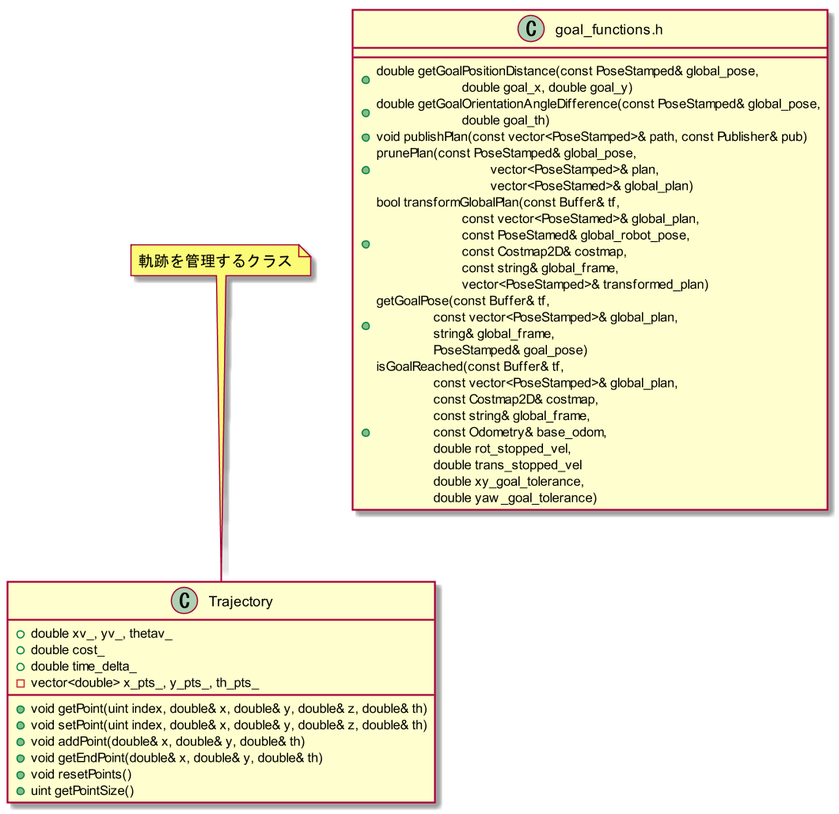
Earlier version of the PlantUML export design/class.png (akagi132/ros_planner).
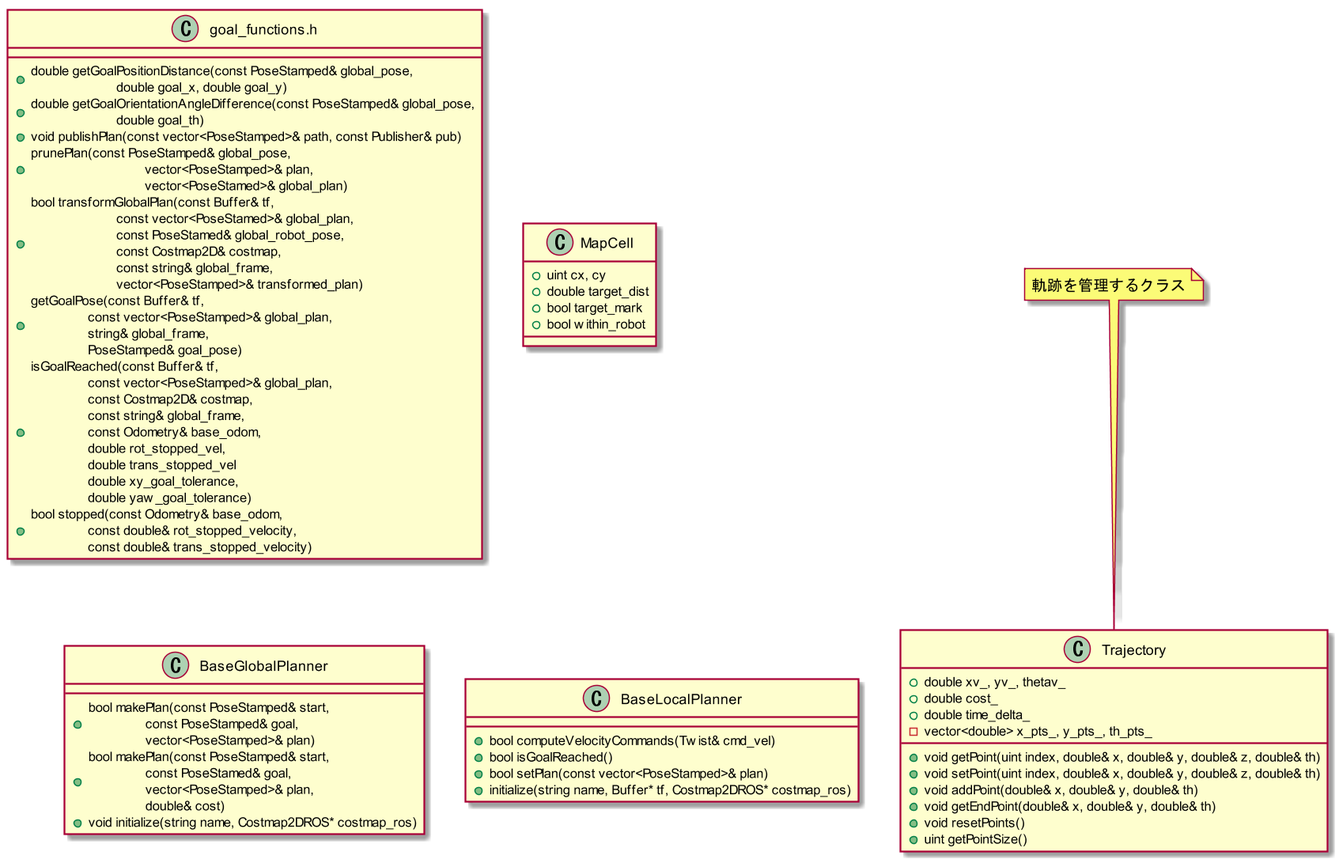
Later version of the same file.

What changed in the source:
```diff
@@ -24,6 +24,27 @@
     +bool transformGlobalPlan(const Buffer& tf,\n\t\t\tconst vector<PoseStamed>& global_plan,\n\t\t\tconst PoseStamed& global_robot_pose,\n\t\t\tconst Costmap2D& costmap,\n\t\t\tconst string& global_frame,\n\t\t\tvector<PoseStamped>& transformed_plan)
     +getGoalPose(const Buffer& tf,\n\t\tconst vector<PoseStamped>& global_plan,\n\t\tstring& global_frame,\n\t\tPoseStamped& goal_pose)
     +isGoalReached(const Buffer& tf,\n\t\tconst vector<PoseStamped>& global_plan,\n\t\tconst Costmap2D& costmap,\n\t\tconst string& global_frame,\n\t\tconst Odometry& base_odom,\n\t\tdouble rot_stopped_vel,\n\t\tdouble trans_stopped_vel\n\t\tdouble xy_goal_tolerance,\n\t\tdouble yaw_goal_tolerance)
+    +bool stopped(const Odometry& base_odom,\n\t\tconst double& rot_stopped_velocity,\n\t\tconst double& trans_stopped_velocity)
+}
+
+class "MapCell" {
+    +uint cx, cy
+    +double target_dist
+    +bool target_mark
+    +bool within_robot
+}
+
+class "BaseGlobalPlanner" {
+    +bool makePlan(const PoseStamped& start,\n\t\tconst PoseStamped& goal,\n\t\tvector<PoseStamped>& plan)
+    +bool makePlan(const PoseStamped& start,\n\t\tconst PoseStamed& goal,\n\t\tvector<PoseStamped>& plan,\n\t\tdouble& cost)
+    +void initialize(string name, Costmap2DROS* costmap_ros)
+}
+
+class "BaseLocalPlanner" {
+    +bool computeVelocityCommands(Twist& cmd_vel)
+    +bool isGoalReached()
+    +bool setPlan(const vector<PoseStamped>& plan)
+    +initialize(string name, Buffer* tf, Costmap2DROS* costmap_ros)
 }
 
 @enduml
```
